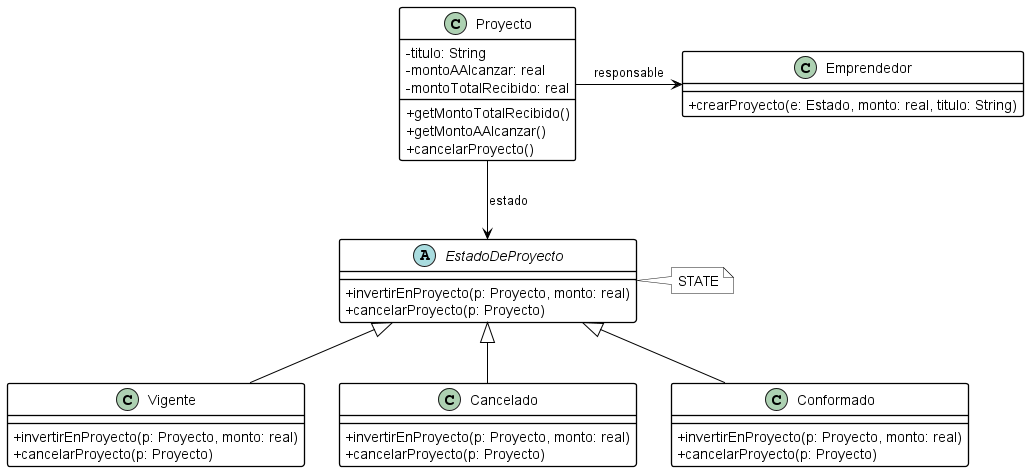
Above: src/main/java/practica7/ejercicio3/UML.png in cd-paliv/oo2 (PlantUML), before the change. Source of this version:
```plantuml
@startuml ej1
skinparam ClassBackgroundColor transparent
skinparam NoteBackgroundColor transparent
skinparam classAttributeIconSize 0
skinparam ClassBorderThickness 1.3
skinparam ClassBorderColor Black
skinparam NoteBorderColor Black
skinparam ArrowColor Black
skinparam shadowing false

class Proyecto{
    -titulo: String
    -montoAAlcanzar: real
    -montoTotalRecibido: real
    +getMontoTotalRecibido()
    +getMontoAAlcanzar()
    +cancelarProyecto()
}

class Emprendedor{
    +crearProyecto(e: Estado, monto: real, titulo: String)
}

Emprendedor <-l- Proyecto : responsable

abstract EstadoDeProyecto{
    +invertirEnProyecto(p: Proyecto, monto: real)
    +cancelarProyecto(p: Proyecto)
}
EstadoDeProyecto <-u- Proyecto : estado
note "STATE" as N1
N1 .l. EstadoDeProyecto
class Vigente{
    +invertirEnProyecto(p: Proyecto, monto: real)
    +cancelarProyecto(p: Proyecto)
}

class Cancelado{
    +invertirEnProyecto(p: Proyecto, monto: real)
    +cancelarProyecto(p: Proyecto)
}

class Conformado{
    +invertirEnProyecto(p: Proyecto, monto: real)
    +cancelarProyecto(p: Proyecto)
}

EstadoDeProyecto <|-- Vigente
EstadoDeProyecto <|-- Conformado
EstadoDeProyecto <|-- Cancelado
@enduml
```
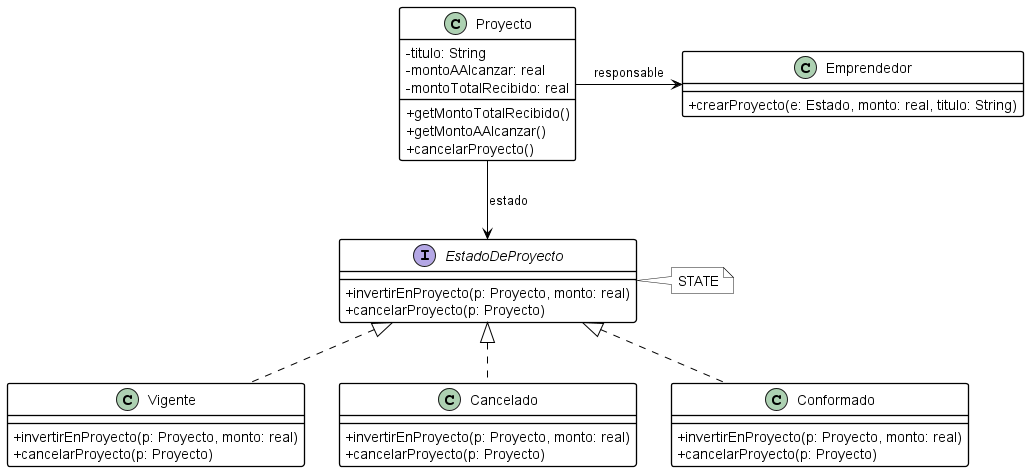
Later version of the same file.

Diff of the diagram source:
```diff
@@ -23,7 +23,7 @@
 
 Emprendedor <-l- Proyecto : responsable
 
-abstract EstadoDeProyecto{
+interface EstadoDeProyecto{
     +invertirEnProyecto(p: Proyecto, monto: real)
     +cancelarProyecto(p: Proyecto)
 }
@@ -45,7 +45,7 @@
     +cancelarProyecto(p: Proyecto)
 }
 
-EstadoDeProyecto <|-- Vigente
-EstadoDeProyecto <|-- Conformado
-EstadoDeProyecto <|-- Cancelado
+EstadoDeProyecto <|.. Vigente
+EstadoDeProyecto <|.. Conformado
+EstadoDeProyecto <|.. Cancelado
 @enduml
```
